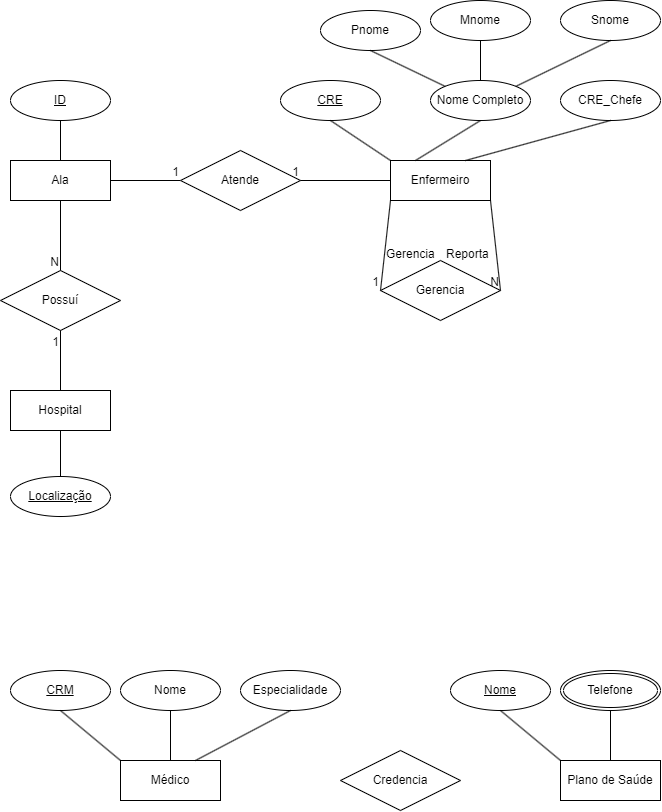
VitorFonseca123/ExerciciosACH2004_BD keeps this draw.io diagram as Exerc1.drawio.png. Above is the earlier version. Source tidied: cells renumbered, new cells last; positions are measured from the earlier drawing's top-left corner, leaving out a move shared by most shapes.
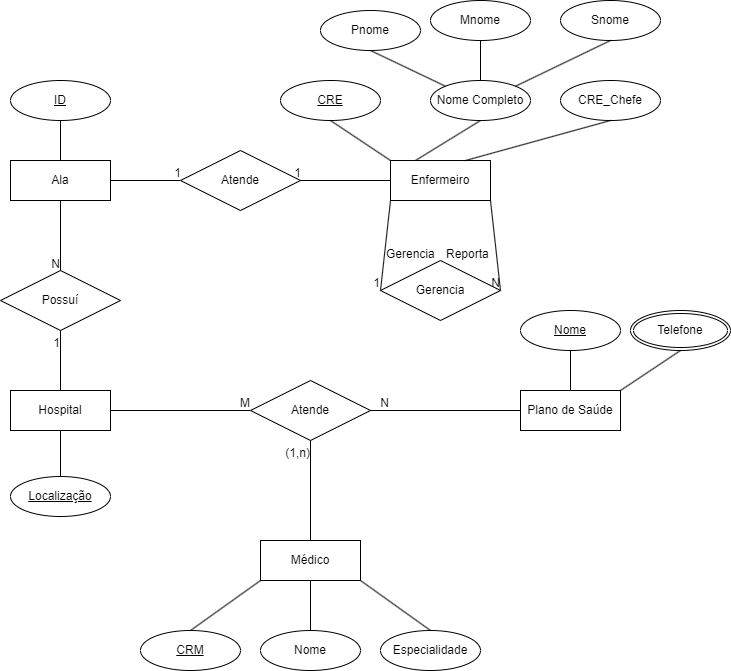
After the commit.

Commit message:
relacionamento ternario hospital, medico, plano

Diff of the diagram source:
```diff
@@ -91,44 +91,26 @@
       <mxGeometry x="1" relative="1" as="geometry" />
     </mxCell>
     <mxCell id="30" value="Médico" style="whiteSpace=wrap;html=1;align=center;" parent="1" vertex="1">
-      <mxGeometry x="120" y="760" width="100" height="40" as="geometry" />
+      <mxGeometry x="260" y="540" width="100" height="40" as="geometry" />
     </mxCell>
-    <mxCell id="31" value="CRM" style="ellipse;whiteSpace=wrap;html=1;align=center;fontStyle=4;" parent="1" vertex="1">
-      <mxGeometry x="10" y="670" width="100" height="40" as="geometry" />
-    </mxCell>
-    <mxCell id="32" style="endArrow=none;html=1;rounded=0;exitX=0.5;exitY=1;exitDx=0;exitDy=0;entryX=0;entryY=0;entryDx=0;entryDy=0;" parent="1" edge="1" source="31" target="30">
+    <mxCell id="32" style="endArrow=none;html=1;rounded=0;exitX=0;exitY=1;exitDx=0;exitDy=0;entryX=0.5;entryY=0;entryDx=0;entryDy=0;" parent="1" edge="1" source="30" target="31">
       <mxGeometry relative="1" as="geometry" />
     </mxCell>
-    <mxCell id="33" value="Nome" style="ellipse;whiteSpace=wrap;html=1;align=center;" parent="1" vertex="1">
-      <mxGeometry x="120" y="670" width="100" height="40" as="geometry" />
-    </mxCell>
-    <mxCell id="34" style="endArrow=none;html=1;rounded=0;exitX=0.5;exitY=1;exitDx=0;exitDy=0;entryX=0.5;entryY=0;entryDx=0;entryDy=0;" parent="1" edge="1" source="33" target="30">
-      <mxGeometry relative="1" as="geometry" />
-    </mxCell>
-    <mxCell id="35" value="Especialidade" style="ellipse;whiteSpace=wrap;html=1;align=center;" parent="1" vertex="1">
-      <mxGeometry x="240" y="670" width="100" height="40" as="geometry" />
-    </mxCell>
-    <mxCell id="36" style="endArrow=none;html=1;rounded=0;entryX=0.5;entryY=1;entryDx=0;entryDy=0;exitX=0.75;exitY=0;exitDx=0;exitDy=0;" parent="1" edge="1" source="30" target="35">
-      <mxGeometry relative="1" as="geometry" />
-    </mxCell>
     <mxCell id="37" value="Plano de Saúde" style="whiteSpace=wrap;html=1;align=center;" parent="1" vertex="1">
-      <mxGeometry x="560" y="760" width="100" height="40" as="geometry" />
+      <mxGeometry x="520" y="390" width="100" height="40" as="geometry" />
     </mxCell>
     <mxCell id="38" value="Nome" style="ellipse;whiteSpace=wrap;html=1;align=center;fontStyle=4;" parent="1" vertex="1">
-      <mxGeometry x="450" y="670" width="100" height="40" as="geometry" />
+      <mxGeometry x="520" y="310" width="100" height="40" as="geometry" />
     </mxCell>
-    <mxCell id="39" style="endArrow=none;html=1;rounded=0;exitX=0.5;exitY=1;exitDx=0;exitDy=0;entryX=0;entryY=0;entryDx=0;entryDy=0;" parent="1" edge="1" source="38" target="37">
+    <mxCell id="39" style="endArrow=none;html=1;rounded=0;exitX=0.5;exitY=1;exitDx=0;exitDy=0;entryX=0.5;entryY=0;entryDx=0;entryDy=0;" parent="1" edge="1" source="38" target="37">
       <mxGeometry relative="1" as="geometry" />
     </mxCell>
     <mxCell id="40" value="Telefone" style="ellipse;shape=doubleEllipse;margin=3;whiteSpace=wrap;html=1;align=center;" parent="1" vertex="1">
-      <mxGeometry x="560" y="670" width="100" height="40" as="geometry" />
+      <mxGeometry x="630" y="310" width="100" height="40" as="geometry" />
     </mxCell>
-    <mxCell id="41" style="endArrow=none;html=1;rounded=0;entryX=0.5;entryY=1;entryDx=0;entryDy=0;exitX=0.5;exitY=0;exitDx=0;exitDy=0;" parent="1" edge="1" source="37" target="40">
+    <mxCell id="41" style="endArrow=none;html=1;rounded=0;entryX=0.5;entryY=1;entryDx=0;entryDy=0;exitX=1;exitY=0;exitDx=0;exitDy=0;" parent="1" edge="1" source="37" target="40">
       <mxGeometry relative="1" as="geometry" />
     </mxCell>
-    <mxCell id="42" value="Credencia" style="shape=rhombus;perimeter=rhombusPerimeter;whiteSpace=wrap;html=1;align=center;" parent="1" vertex="1">
-      <mxGeometry x="340" y="750" width="120" height="60" as="geometry" />
-    </mxCell>
     <mxCell id="43" value="Hospital" style="whiteSpace=wrap;html=1;align=center;" parent="1" vertex="1">
       <mxGeometry x="10" y="390" width="100" height="40" as="geometry" />
     </mxCell>
@@ -155,5 +137,47 @@
     <mxCell id="50" value="N" style="html=1;whiteSpace=wrap;align=right;verticalAlign=bottom;" parent="49" vertex="1">
       <mxGeometry x="1" relative="1" as="geometry" />
     </mxCell>
+    <mxCell id="31" value="CRM" style="ellipse;whiteSpace=wrap;html=1;align=center;fontStyle=4;" parent="1" vertex="1">
+      <mxGeometry x="140" y="630" width="100" height="40" as="geometry" />
+    </mxCell>
+    <mxCell id="33" value="Nome" style="ellipse;whiteSpace=wrap;html=1;align=center;" parent="1" vertex="1">
+      <mxGeometry x="260" y="630" width="100" height="40" as="geometry" />
+    </mxCell>
+    <mxCell id="35" value="Especialidade" style="ellipse;whiteSpace=wrap;html=1;align=center;" parent="1" vertex="1">
+      <mxGeometry x="380" y="630" width="100" height="40" as="geometry" />
+    </mxCell>
+    <mxCell id="51" style="endArrow=none;html=1;rounded=0;exitX=0.5;exitY=1;exitDx=0;exitDy=0;entryX=0.5;entryY=0;entryDx=0;entryDy=0;" parent="1" edge="1" source="30" target="33">
+      <mxGeometry relative="1" as="geometry" />
+    </mxCell>
+    <mxCell id="36" style="endArrow=none;html=1;rounded=0;exitX=1;exitY=1;exitDx=0;exitDy=0;entryX=0.5;entryY=0;entryDx=0;entryDy=0;" parent="1" edge="1" source="30" target="35">
+      <mxGeometry relative="1" as="geometry" />
+    </mxCell>
+    <mxCell id="52" value="Atende" style="shape=rhombus;perimeter=rhombusPerimeter;whiteSpace=wrap;html=1;align=center;" parent="1" vertex="1">
+      <mxGeometry x="250" y="380" width="120" height="60" as="geometry" />
+    </mxCell>
+    <mxCell id="53" style="endArrow=none;html=1;rounded=0;exitX=0.5;exitY=0;exitDx=0;exitDy=0;entryX=0.5;entryY=1;entryDx=0;entryDy=0;" parent="1" edge="1" source="30" target="52">
+      <mxGeometry relative="1" as="geometry" />
+    </mxCell>
+    <mxCell id="54" value="(1,n)" style="html=1;whiteSpace=wrap;align=right;verticalAlign=bottom;" parent="53" vertex="1">
+      <mxGeometry x="1" relative="1" as="geometry">
+        <mxPoint y="20" as="offset" />
+      </mxGeometry>
+    </mxCell>
+    <mxCell id="55" style="endArrow=none;html=1;rounded=0;entryX=1;entryY=0.5;entryDx=0;entryDy=0;exitX=0;exitY=0.5;exitDx=0;exitDy=0;" parent="1" edge="1" source="37" target="52">
+      <mxGeometry relative="1" as="geometry" />
+    </mxCell>
+    <mxCell id="56" value="N" style="html=1;whiteSpace=wrap;align=right;verticalAlign=bottom;" parent="55" vertex="1">
+      <mxGeometry x="1" relative="1" as="geometry">
+        <mxPoint x="20" as="offset" />
+      </mxGeometry>
+    </mxCell>
+    <mxCell id="57" style="endArrow=none;html=1;rounded=0;entryX=0;entryY=0.5;entryDx=0;entryDy=0;" parent="1" edge="1" target="52">
+      <mxGeometry relative="1" as="geometry">
+        <mxPoint x="110" y="410" as="sourcePoint" />
+      </mxGeometry>
+    </mxCell>
+    <mxCell id="58" value="M" style="html=1;whiteSpace=wrap;align=right;verticalAlign=bottom;" parent="57" vertex="1">
+      <mxGeometry x="1" relative="1" as="geometry" />
+    </mxCell>
   </root>
 </mxGraphModel>
```
